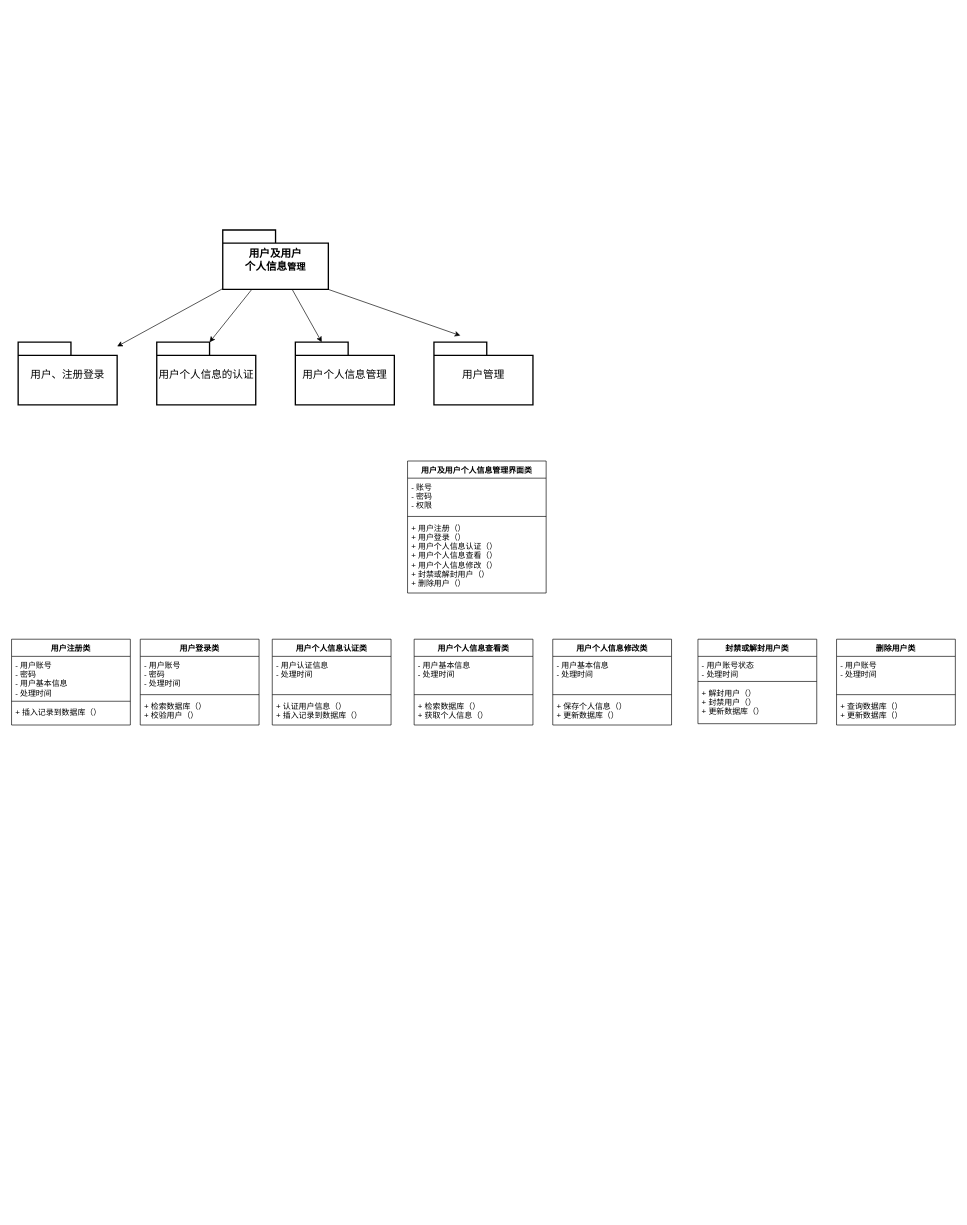
Earlier version of the draw.io diagram user_manage_model_design.drawio (JohnnyLin12/GJR_BBS). Source tidied: cells renumbered, new cells numbered last; positions are measured from the earlier drawing's top-left corner, leaving out a move shared by most shapes. Both pictures are drawn from the tidied source at 66%, with x=0, y=0 at pixel (11, 230).
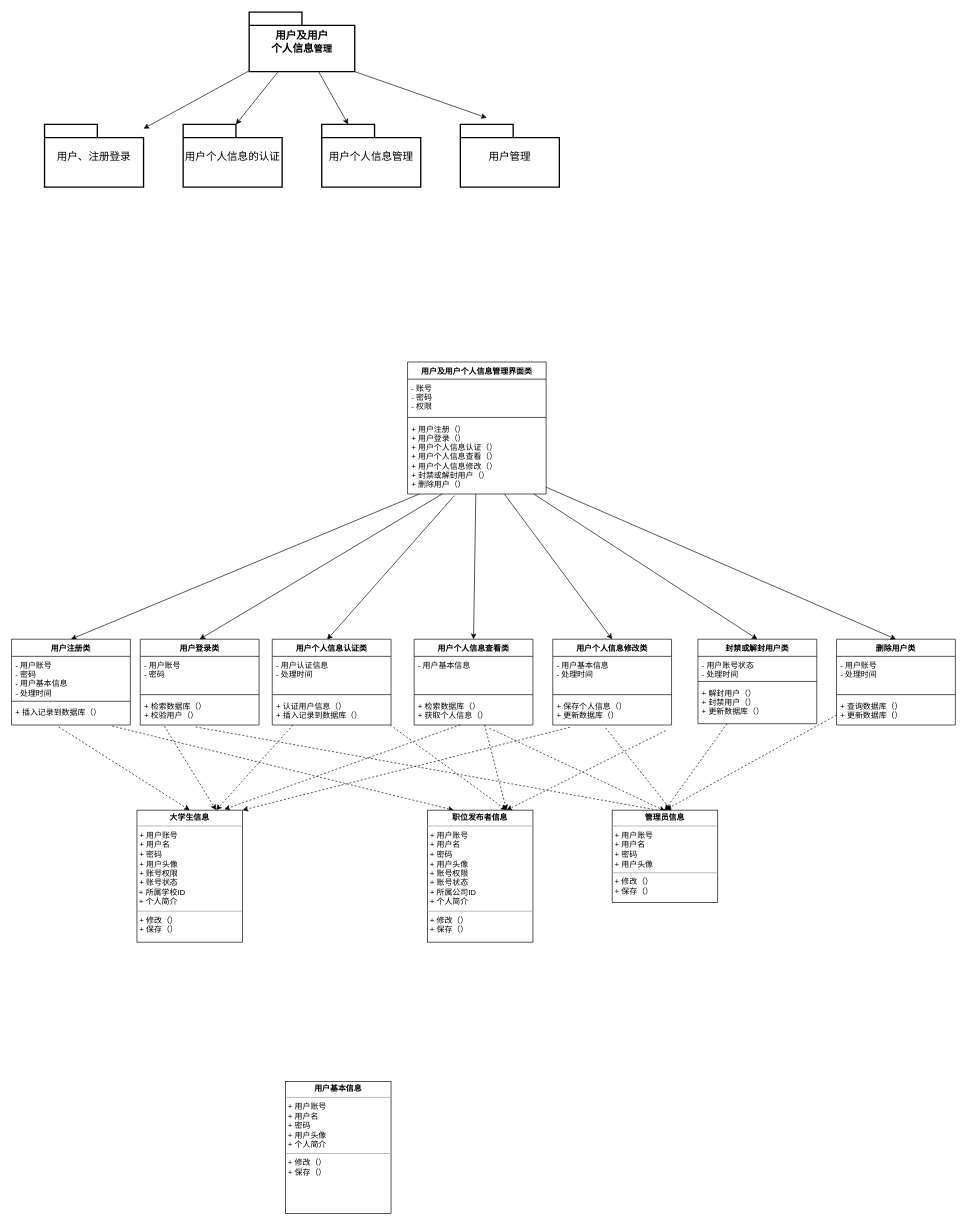
After the change.

Unchanged cells that the change refers to:
```xml
<mxCell id="14" value="+ 用户注册（）&#10;+ 用户登录（）&#10;+ 用户个人信息认证（）&#10;+ 用户个人信息查看（）&#10;+ 用户个人信息修改（）&#10;+ 封禁或解封用户（）&#10;+ 删除用户（）&#10;&#10;&#10;&#10;" style="text;strokeColor=none;fillColor=none;align=left;verticalAlign=top;spacingLeft=4;spacingRight=4;overflow=hidden;points=[[0,0.5],[1,0.5]];portConstraint=eastwest;" parent="11" vertex="1">
  <mxGeometry y="88" width="210" height="112" as="geometry" />
</mxCell>
<mxCell id="15" value="用户注册类" style="swimlane;fontStyle=1;align=center;verticalAlign=top;horizontal=1;startSize=26;" parent="1" vertex="1">
  <mxGeometry y="620" width="180" height="130" as="geometry" />
</mxCell>
<mxCell id="18" value="+ 插入记录到数据库（）&#10;&#10;&#10;" style="text;strokeColor=none;fillColor=none;align=left;verticalAlign=top;spacingLeft=4;spacingRight=4;overflow=hidden;points=[[0,0.5],[1,0.5]];portConstraint=eastwest;" parent="15" vertex="1">
  <mxGeometry y="98" width="180" height="32" as="geometry" />
</mxCell>
<mxCell id="19" value="用户登录类" style="swimlane;fontStyle=1;align=center;verticalAlign=top;horizontal=1;startSize=26;" parent="1" vertex="1">
  <mxGeometry x="195" y="620" width="180" height="130" as="geometry" />
</mxCell>
<mxCell id="22" value="+ 检索数据库（）&#10;+ 校验用户（）" style="text;strokeColor=none;fillColor=none;align=left;verticalAlign=top;spacingLeft=4;spacingRight=4;overflow=hidden;points=[[0,0.5],[1,0.5]];portConstraint=eastwest;" parent="19" vertex="1">
  <mxGeometry y="88" width="180" height="42" as="geometry" />
</mxCell>
<mxCell id="23" value="用户个人信息认证类" style="swimlane;fontStyle=1;align=center;verticalAlign=top;horizontal=1;startSize=26;" parent="1" vertex="1">
  <mxGeometry x="395" y="620" width="180" height="130" as="geometry" />
</mxCell>
<mxCell id="27" value="用户个人信息查看类" style="swimlane;fontStyle=1;align=center;verticalAlign=top;horizontal=1;startSize=26;" parent="1" vertex="1">
  <mxGeometry x="610" y="620" width="180" height="130" as="geometry" />
</mxCell>
<mxCell id="30" value="+ 检索数据库（）&#10;+ 获取个人信息（）" style="text;strokeColor=none;fillColor=none;align=left;verticalAlign=top;spacingLeft=4;spacingRight=4;overflow=hidden;points=[[0,0.5],[1,0.5]];portConstraint=eastwest;" parent="27" vertex="1">
  <mxGeometry y="88" width="180" height="42" as="geometry" />
</mxCell>
<mxCell id="31" value="用户个人信息修改类" style="swimlane;fontStyle=1;align=center;verticalAlign=top;horizontal=1;startSize=26;" parent="1" vertex="1">
  <mxGeometry x="820" y="620" width="180" height="130" as="geometry" />
</mxCell>
<mxCell id="34" value="+ 保存个人信息（）&#10;+ 更新数据库（）" style="text;strokeColor=none;fillColor=none;align=left;verticalAlign=top;spacingLeft=4;spacingRight=4;overflow=hidden;points=[[0,0.5],[1,0.5]];portConstraint=eastwest;" parent="31" vertex="1">
  <mxGeometry y="88" width="180" height="42" as="geometry" />
</mxCell>
<mxCell id="35" value="封禁或解封用户类" style="swimlane;fontStyle=1;align=center;verticalAlign=top;horizontal=1;startSize=26;" parent="1" vertex="1">
  <mxGeometry x="1040" y="620" width="180" height="128" as="geometry" />
</mxCell>
<mxCell id="39" value="删除用户类" style="swimlane;fontStyle=1;align=center;verticalAlign=top;horizontal=1;startSize=26;" parent="1" vertex="1">
  <mxGeometry x="1250" y="620" width="180" height="130" as="geometry" />
</mxCell>
```

Diff of the diagram source:
```diff
@@
     <mxCell id="5" style="rounded=0;jettySize=auto;html=1;exitX=0;exitY=0;exitDx=160;exitDy=90;exitPerimeter=0;" parent="1" edge="1" source="6">
       <mxGeometry relative="1" as="geometry">
-        <mxPoint x="680" y="160" as="targetPoint" />
+        <mxPoint x="720" y="-170" as="targetPoint" />
       </mxGeometry>
     </mxCell>
     <mxCell id="6" value="&lt;span style=&quot;font-weight: 700 ; font-size: 12pt&quot;&gt;用户&lt;/span&gt;&lt;span style=&quot;font-weight: 700 ; font-size: 12pt&quot;&gt;及用&lt;/span&gt;&lt;span style=&quot;font-weight: 700 ; font-size: 12pt&quot;&gt;户&lt;br&gt;个人&lt;/span&gt;&lt;span style=&quot;font-weight: 700 ; font-size: 12pt&quot;&gt;信息&lt;/span&gt;&lt;span style=&quot;font-weight: 700 ; font-size: 10.5pt&quot;&gt;管理&lt;/span&gt;" style="shape=folder;tabWidth=80;tabHeight=20;tabPosition=left;strokeWidth=2;html=1;whiteSpace=wrap;align=center;" parent="1" vertex="1">
-      <mxGeometry x="320" width="160" height="90" as="geometry" />
+      <mxGeometry x="360" y="-330" width="160" height="90" as="geometry" />
     </mxCell>
     <mxCell id="7" value="&lt;p class=&quot;MsoNormal&quot;&gt;&lt;span style=&quot;font-size: 12.0000pt&quot;&gt;用户、&lt;/span&gt;&lt;span style=&quot;font-size: 12.0000pt&quot;&gt;注册登录&lt;/span&gt;&lt;/p&gt;" style="shape=folder;tabWidth=80;tabHeight=20;tabPosition=left;strokeWidth=2;html=1;whiteSpace=wrap;align=center;fontSize=16;" parent="1" vertex="1">
-      <mxGeometry x="10" y="170" width="150" height="95" as="geometry" />
+      <mxGeometry x="50" y="-160" width="150" height="95" as="geometry" />
     </mxCell>
     <mxCell id="8" value="&lt;p class=&quot;MsoNormal&quot; style=&quot;font-size: 16px&quot;&gt;&lt;span style=&quot;font-size: 12pt&quot;&gt;用户&lt;/span&gt;&lt;span style=&quot;font-size: 12pt&quot;&gt;个人信息的认证&lt;/span&gt;&lt;br&gt;&lt;/p&gt;" style="shape=folder;tabWidth=80;tabHeight=20;tabPosition=left;strokeWidth=2;html=1;whiteSpace=wrap;align=center;fontSize=16;" parent="1" vertex="1">
-      <mxGeometry x="220" y="170" width="150" height="95" as="geometry" />
+      <mxGeometry x="260" y="-160" width="150" height="95" as="geometry" />
     </mxCell>
     <mxCell id="9" value="&lt;p class=&quot;MsoNormal&quot; style=&quot;font-size: 16px&quot;&gt;&lt;span style=&quot;font-size: 12pt&quot;&gt;用户个人信息&lt;/span&gt;&lt;span style=&quot;font-size: 12pt&quot;&gt;管理&lt;/span&gt;&lt;br&gt;&lt;/p&gt;" style="shape=folder;tabWidth=80;tabHeight=20;tabPosition=left;strokeWidth=2;html=1;whiteSpace=wrap;align=center;fontSize=16;" parent="1" vertex="1">
-      <mxGeometry x="430" y="170" width="150" height="95" as="geometry" />
+      <mxGeometry x="470" y="-160" width="150" height="95" as="geometry" />
     </mxCell>
     <mxCell id="10" value="&lt;p class=&quot;MsoNormal&quot; style=&quot;font-size: 16px&quot;&gt;&lt;span style=&quot;font-size: 12pt&quot;&gt;用户&lt;/span&gt;&lt;span style=&quot;font-size: 12pt&quot;&gt;管理&lt;/span&gt;&lt;br&gt;&lt;/p&gt;" style="shape=folder;tabWidth=80;tabHeight=20;tabPosition=left;strokeWidth=2;html=1;whiteSpace=wrap;align=center;fontSize=16;" parent="1" vertex="1">
-      <mxGeometry x="640" y="170" width="150" height="95" as="geometry" />
+      <mxGeometry x="680" y="-160" width="150" height="95" as="geometry" />
     </mxCell>
+    <mxCell id="43" style="rounded=0;jettySize=auto;html=1;entryX=0.5;entryY=0;entryDx=0;entryDy=0;exitX=0.084;exitY=1.001;exitDx=0;exitDy=0;exitPerimeter=0;" parent="1" edge="1" source="14" target="15">
+      <mxGeometry relative="1" as="geometry" />
+    </mxCell>
+    <mxCell id="44" style="edgeStyle=none;rounded=0;jettySize=auto;html=1;entryX=0.462;entryY=0.005;entryDx=0;entryDy=0;entryPerimeter=0;exitX=0.338;exitY=1.022;exitDx=0;exitDy=0;exitPerimeter=0;" parent="1" edge="1" source="14" target="23">
+      <mxGeometry relative="1" as="geometry" />
+    </mxCell>
+    <mxCell id="45" style="edgeStyle=none;rounded=0;jettySize=auto;html=1;entryX=0.5;entryY=0;entryDx=0;entryDy=0;" parent="1" edge="1" source="11" target="27">
+      <mxGeometry relative="1" as="geometry" />
+    </mxCell>
     <mxCell id="11" value="用户及用户个人信息管理界面类" style="swimlane;fontStyle=1;align=center;verticalAlign=top;horizontal=1;startSize=26;" parent="1" vertex="1">
-      <mxGeometry x="600" y="350" width="210" height="200" as="geometry" />
+      <mxGeometry x="600" y="200" width="210" height="200" as="geometry" />
     </mxCell>
@@
+    <mxCell id="46" style="jettySize=auto;html=1;entryX=0.5;entryY=0;entryDx=0;entryDy=0;shadow=0;elbow=vertical;dashed=1;exitX=0.397;exitY=1.089;exitDx=0;exitDy=0;exitPerimeter=0;" parent="1" edge="1" source="18" target="60">
+      <mxGeometry relative="1" as="geometry" />
+    </mxCell>
+    <mxCell id="47" style="edgeStyle=none;jettySize=auto;html=1;entryX=0.25;entryY=0;entryDx=0;entryDy=0;shadow=0;dashed=1;elbow=vertical;exitX=0.849;exitY=1.05;exitDx=0;exitDy=0;exitPerimeter=0;" parent="1" edge="1" source="18" target="61">
+      <mxGeometry relative="1" as="geometry" />
+    </mxCell>
@@
+    <mxCell id="48" style="edgeStyle=none;jettySize=auto;html=1;entryX=0.75;entryY=0;entryDx=0;entryDy=0;shadow=0;dashed=1;elbow=vertical;exitX=0.203;exitY=1.038;exitDx=0;exitDy=0;exitPerimeter=0;" parent="1" edge="1" source="22" target="60">
+      <mxGeometry relative="1" as="geometry" />
+    </mxCell>
+    <mxCell id="49" style="edgeStyle=none;jettySize=auto;html=1;entryX=0.537;entryY=0.022;entryDx=0;entryDy=0;entryPerimeter=0;shadow=0;dashed=1;elbow=vertical;exitX=0.466;exitY=1.068;exitDx=0;exitDy=0;exitPerimeter=0;" parent="1" edge="1" source="22" target="63">
+      <mxGeometry relative="1" as="geometry" />
+    </mxCell>
@@
-    <mxCell id="20" value="- 用户账号&#10;- 密码&#10;- 处理时间" style="text;strokeColor=none;fillColor=none;align=left;verticalAlign=top;spacingLeft=4;spacingRight=4;overflow=hidden;" parent="19" vertex="1">
+    <mxCell id="20" value="- 用户账号&#10;- 密码" style="text;strokeColor=none;fillColor=none;align=left;verticalAlign=top;spacingLeft=4;spacingRight=4;overflow=hidden;" parent="19" vertex="1">
       <mxGeometry y="26" width="180" height="54" as="geometry" />
     </mxCell>
@@
+    <mxCell id="50" style="edgeStyle=none;jettySize=auto;html=1;entryX=0.75;entryY=0;entryDx=0;entryDy=0;shadow=0;dashed=1;elbow=vertical;" parent="1" edge="1" source="23" target="60">
+      <mxGeometry relative="1" as="geometry" />
+    </mxCell>
+    <mxCell id="51" style="edgeStyle=none;jettySize=auto;html=1;entryX=0.75;entryY=0;entryDx=0;entryDy=0;shadow=0;dashed=1;elbow=vertical;" parent="1" edge="1" source="23" target="61">
+      <mxGeometry relative="1" as="geometry" />
+    </mxCell>
@@
+    <mxCell id="52" style="edgeStyle=none;jettySize=auto;html=1;entryX=0.828;entryY=-0.006;entryDx=0;entryDy=0;entryPerimeter=0;shadow=0;dashed=1;elbow=vertical;exitX=0.388;exitY=0.995;exitDx=0;exitDy=0;exitPerimeter=0;" parent="1" edge="1" source="30" target="60">
+      <mxGeometry relative="1" as="geometry" />
+    </mxCell>
+    <mxCell id="53" style="edgeStyle=none;jettySize=auto;html=1;entryX=0.75;entryY=0;entryDx=0;entryDy=0;shadow=0;dashed=1;elbow=vertical;" parent="1" edge="1" source="27" target="61">
+      <mxGeometry relative="1" as="geometry" />
+    </mxCell>
+    <mxCell id="54" style="edgeStyle=none;jettySize=auto;html=1;shadow=0;dashed=1;elbow=vertical;exitX=0.635;exitY=1.122;exitDx=0;exitDy=0;exitPerimeter=0;" parent="1" edge="1" source="30">
+      <mxGeometry relative="1" as="geometry">
+        <mxPoint x="990" y="880" as="targetPoint" />
+      </mxGeometry>
+    </mxCell>
+    <mxCell id="55" style="edgeStyle=none;jettySize=auto;html=1;shadow=0;dashed=1;elbow=vertical;exitX=0.446;exitY=1.101;exitDx=0;exitDy=0;exitPerimeter=0;" parent="1" edge="1" source="34">
+      <mxGeometry relative="1" as="geometry">
+        <mxPoint x="1000" y="880" as="targetPoint" />
+      </mxGeometry>
+    </mxCell>
@@
-    <mxCell id="28" value="- 用户基本信息&#10;- 处理时间" style="text;strokeColor=none;fillColor=none;align=left;verticalAlign=top;spacingLeft=4;spacingRight=4;overflow=hidden;" parent="27" vertex="1">
+    <mxCell id="28" value="- 用户基本信息" style="text;strokeColor=none;fillColor=none;align=left;verticalAlign=top;spacingLeft=4;spacingRight=4;overflow=hidden;" parent="27" vertex="1">
       <mxGeometry y="26" width="180" height="54" as="geometry" />
     </mxCell>
@@
+    <mxCell id="56" style="edgeStyle=none;jettySize=auto;html=1;entryX=0.75;entryY=0;entryDx=0;entryDy=0;shadow=0;dashed=1;elbow=vertical;exitX=0.95;exitY=1.206;exitDx=0;exitDy=0;exitPerimeter=0;" parent="1" edge="1" source="34" target="61">
+      <mxGeometry relative="1" as="geometry" />
+    </mxCell>
+    <mxCell id="57" style="edgeStyle=none;jettySize=auto;html=1;entryX=1;entryY=0;entryDx=0;entryDy=0;shadow=0;dashed=1;elbow=vertical;exitX=0.145;exitY=1.079;exitDx=0;exitDy=0;exitPerimeter=0;" parent="1" edge="1" source="34" target="60">
+      <mxGeometry relative="1" as="geometry" />
+    </mxCell>
@@
+    <mxCell id="58" style="edgeStyle=none;jettySize=auto;html=1;entryX=0.5;entryY=0;entryDx=0;entryDy=0;shadow=0;dashed=1;elbow=vertical;" parent="1" edge="1" source="35" target="63">
+      <mxGeometry relative="1" as="geometry" />
+    </mxCell>
@@
+    <mxCell id="59" style="edgeStyle=none;jettySize=auto;html=1;entryX=0.5;entryY=0;entryDx=0;entryDy=0;shadow=0;dashed=1;elbow=vertical;" parent="1" edge="1" source="39" target="63">
+      <mxGeometry relative="1" as="geometry" />
+    </mxCell>
@@
+    <mxCell id="60" value="&lt;p style=&quot;margin: 0px ; margin-top: 4px ; text-align: center&quot;&gt;&lt;b&gt;大学生信息&lt;/b&gt;&lt;/p&gt;&lt;hr size=&quot;1&quot;&gt;&lt;p style=&quot;margin: 0px ; margin-left: 4px&quot;&gt;+ 用户账号&lt;/p&gt;&lt;p style=&quot;margin: 0px ; margin-left: 4px&quot;&gt;+ 用户名&lt;/p&gt;&lt;p style=&quot;margin: 0px ; margin-left: 4px&quot;&gt;+ 密码&lt;/p&gt;&lt;p style=&quot;margin: 0px ; margin-left: 4px&quot;&gt;+ 用户头像&lt;/p&gt;&lt;p style=&quot;margin: 0px ; margin-left: 4px&quot;&gt;+ 账号权限&lt;/p&gt;&lt;p style=&quot;margin: 0px ; margin-left: 4px&quot;&gt;+ 账号状态&lt;/p&gt;&amp;nbsp;+ 所属学校ID&lt;br&gt;&amp;nbsp;+ 个人简介&lt;br&gt;&lt;hr size=&quot;1&quot;&gt;&lt;p style=&quot;margin: 0px ; margin-left: 4px&quot;&gt;+ 修改（）&lt;/p&gt;&lt;p style=&quot;margin: 0px ; margin-left: 4px&quot;&gt;+ 保存（）&lt;/p&gt;" style="verticalAlign=top;align=left;overflow=fill;fontSize=12;fontFamily=Helvetica;html=1;" parent="1" vertex="1">
+      <mxGeometry x="190" y="879" width="160" height="200" as="geometry" />
+    </mxCell>
+    <mxCell id="61" value="&lt;p style=&quot;margin: 0px ; margin-top: 4px ; text-align: center&quot;&gt;&lt;b&gt;职位发布者信息&lt;/b&gt;&lt;/p&gt;&lt;hr size=&quot;1&quot;&gt;&lt;p style=&quot;margin: 0px ; margin-left: 4px&quot;&gt;+ 用户账号&lt;/p&gt;&lt;p style=&quot;margin: 0px ; margin-left: 4px&quot;&gt;+ 用户名&lt;/p&gt;&lt;p style=&quot;margin: 0px ; margin-left: 4px&quot;&gt;+ 密码&lt;/p&gt;&lt;p style=&quot;margin: 0px ; margin-left: 4px&quot;&gt;+ 用户头像&lt;/p&gt;&lt;p style=&quot;margin: 0px ; margin-left: 4px&quot;&gt;+ 账号权限&lt;/p&gt;&lt;p style=&quot;margin: 0px ; margin-left: 4px&quot;&gt;+ 账号状态&lt;/p&gt;&lt;p style=&quot;margin: 0px ; margin-left: 4px&quot;&gt;+ 所属公司ID&lt;/p&gt;&lt;p style=&quot;margin: 0px ; margin-left: 4px&quot;&gt;+ 个人简介&lt;/p&gt;&lt;hr size=&quot;1&quot;&gt;&lt;p style=&quot;margin: 0px ; margin-left: 4px&quot;&gt;+ 修改（）&lt;/p&gt;&lt;p style=&quot;margin: 0px ; margin-left: 4px&quot;&gt;+ 保存（）&lt;/p&gt;" style="verticalAlign=top;align=left;overflow=fill;fontSize=12;fontFamily=Helvetica;html=1;" parent="1" vertex="1">
+      <mxGeometry x="630" y="879" width="160" height="200" as="geometry" />
+    </mxCell>
+    <mxCell id="62" value="&lt;p style=&quot;margin: 0px ; margin-top: 4px ; text-align: center&quot;&gt;&lt;b&gt;用户基本信息&lt;/b&gt;&lt;/p&gt;&lt;hr size=&quot;1&quot;&gt;&lt;p style=&quot;margin: 0px ; margin-left: 4px&quot;&gt;+ 用户账号&lt;/p&gt;&lt;p style=&quot;margin: 0px ; margin-left: 4px&quot;&gt;+ 用户名&lt;/p&gt;&lt;p style=&quot;margin: 0px ; margin-left: 4px&quot;&gt;+ 密码&lt;/p&gt;&lt;p style=&quot;margin: 0px ; margin-left: 4px&quot;&gt;+ 用户头像&lt;/p&gt;&lt;p style=&quot;margin: 0px ; margin-left: 4px&quot;&gt;+ 个人简介&lt;/p&gt;&lt;hr size=&quot;1&quot;&gt;&lt;p style=&quot;margin: 0px ; margin-left: 4px&quot;&gt;+ 修改（）&lt;/p&gt;&lt;p style=&quot;margin: 0px ; margin-left: 4px&quot;&gt;+ 保存（）&lt;/p&gt;" style="verticalAlign=top;align=left;overflow=fill;fontSize=12;fontFamily=Helvetica;html=1;" parent="1" vertex="1">
+      <mxGeometry x="415" y="1290" width="160" height="200" as="geometry" />
+    </mxCell>
+    <mxCell id="63" value="&lt;p style=&quot;margin: 0px ; margin-top: 4px ; text-align: center&quot;&gt;&lt;b&gt;管理员信息&lt;/b&gt;&lt;/p&gt;&lt;hr size=&quot;1&quot;&gt;&lt;p style=&quot;margin: 0px ; margin-left: 4px&quot;&gt;+ 用户账号&lt;/p&gt;&lt;p style=&quot;margin: 0px ; margin-left: 4px&quot;&gt;+ 用户名&lt;/p&gt;&lt;p style=&quot;margin: 0px ; margin-left: 4px&quot;&gt;+ 密码&lt;/p&gt;&lt;p style=&quot;margin: 0px ; margin-left: 4px&quot;&gt;+ 用户头像&lt;/p&gt;&lt;hr size=&quot;1&quot;&gt;&lt;p style=&quot;margin: 0px ; margin-left: 4px&quot;&gt;+ 修改（）&lt;/p&gt;&lt;p style=&quot;margin: 0px ; margin-left: 4px&quot;&gt;+ 保存（）&lt;/p&gt;" style="verticalAlign=top;align=left;overflow=fill;fontSize=12;fontFamily=Helvetica;html=1;" parent="1" vertex="1">
+      <mxGeometry x="910" y="879" width="160" height="140" as="geometry" />
+    </mxCell>
+    <mxCell id="64" style="rounded=0;jettySize=auto;html=1;entryX=0.5;entryY=0;entryDx=0;entryDy=0;exitX=0.25;exitY=1;exitDx=0;exitDy=0;" parent="1" edge="1" source="11" target="19">
+      <mxGeometry relative="1" as="geometry" />
+    </mxCell>
+    <mxCell id="65" style="edgeStyle=none;rounded=0;jettySize=auto;html=1;entryX=0.5;entryY=0;entryDx=0;entryDy=0;" parent="1" edge="1" source="14" target="31">
+      <mxGeometry relative="1" as="geometry" />
+    </mxCell>
+    <mxCell id="66" style="edgeStyle=none;rounded=0;jettySize=auto;html=1;entryX=0.5;entryY=0;entryDx=0;entryDy=0;" parent="1" edge="1" source="14" target="35">
+      <mxGeometry relative="1" as="geometry" />
+    </mxCell>
+    <mxCell id="67" style="edgeStyle=none;rounded=0;jettySize=auto;html=1;entryX=0.5;entryY=0;entryDx=0;entryDy=0;" parent="1" edge="1" source="14" target="39">
+      <mxGeometry relative="1" as="geometry" />
+    </mxCell>
```
